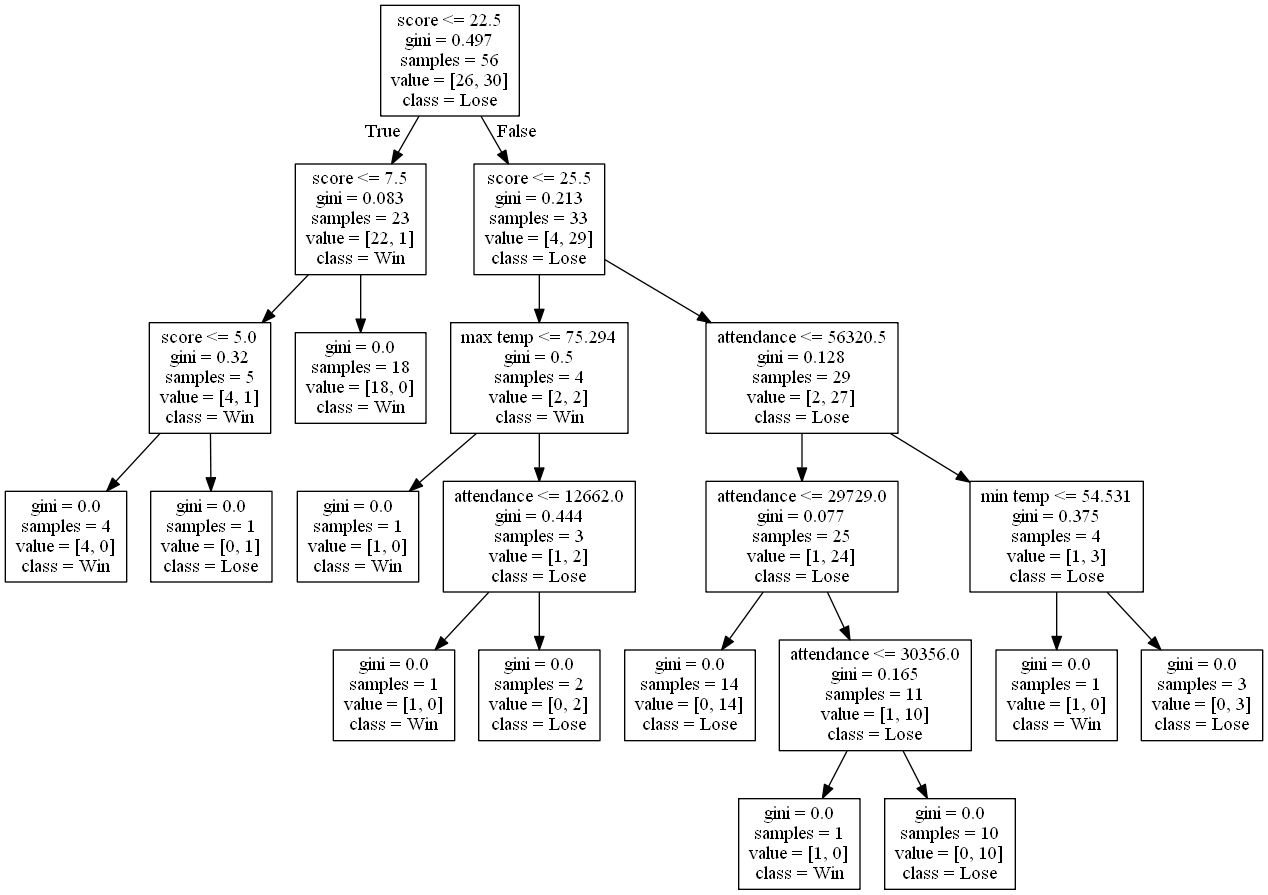
This is DecisionTrees/decision_tree_with_score10.png from alexana-steck/CSE482Project, a Graphviz export, as it was before one commit. Its source is kept beside it as DecisionTrees/decision_tree_with_score10.dot.
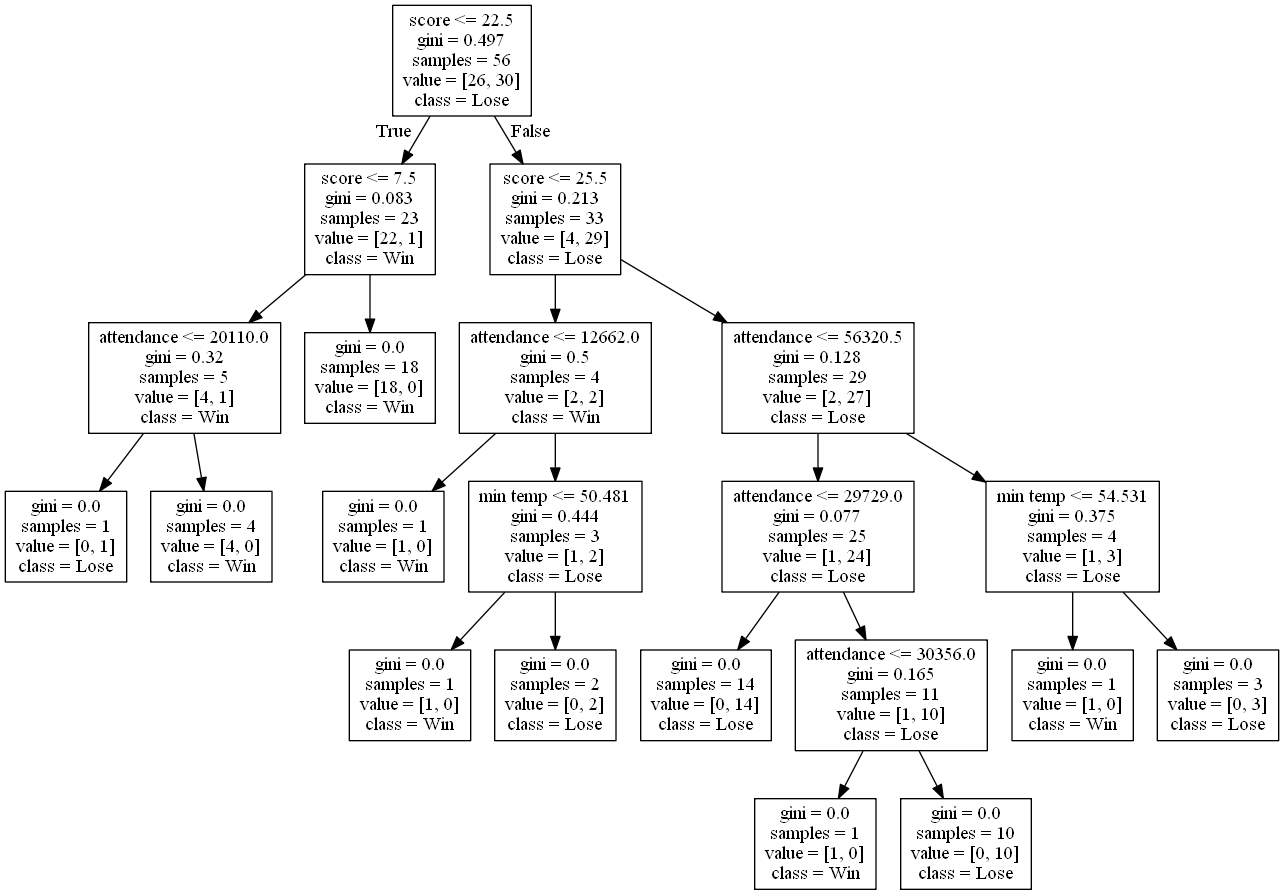
Above is the later version.

What changed in the source:
```diff
@@ -3,21 +3,21 @@
 0 [label="score <= 22.5\ngini = 0.497\nsamples = 56\nvalue = [26, 30]\nclass = Lose"] ;
 1 [label="score <= 7.5\ngini = 0.083\nsamples = 23\nvalue = [22, 1]\nclass = Win"] ;
 0 -> 1 [labeldistance=2.5, labelangle=45, headlabel="True"] ;
-2 [label="score <= 5.0\ngini = 0.32\nsamples = 5\nvalue = [4, 1]\nclass = Win"] ;
+2 [label="attendance <= 20110.0\ngini = 0.32\nsamples = 5\nvalue = [4, 1]\nclass = Win"] ;
 1 -> 2 ;
-3 [label="gini = 0.0\nsamples = 4\nvalue = [4, 0]\nclass = Win"] ;
+3 [label="gini = 0.0\nsamples = 1\nvalue = [0, 1]\nclass = Lose"] ;
 2 -> 3 ;
-4 [label="gini = 0.0\nsamples = 1\nvalue = [0, 1]\nclass = Lose"] ;
+4 [label="gini = 0.0\nsamples = 4\nvalue = [4, 0]\nclass = Win"] ;
 2 -> 4 ;
 5 [label="gini = 0.0\nsamples = 18\nvalue = [18, 0]\nclass = Win"] ;
 1 -> 5 ;
 6 [label="score <= 25.5\ngini = 0.213\nsamples = 33\nvalue = [4, 29]\nclass = Lose"] ;
 0 -> 6 [labeldistance=2.5, labelangle=-45, headlabel="False"] ;
-7 [label="max temp <= 75.294\ngini = 0.5\nsamples = 4\nvalue = [2, 2]\nclass = Win"] ;
+7 [label="attendance <= 12662.0\ngini = 0.5\nsamples = 4\nvalue = [2, 2]\nclass = Win"] ;
 6 -> 7 ;
 8 [label="gini = 0.0\nsamples = 1\nvalue = [1, 0]\nclass = Win"] ;
 7 -> 8 ;
-9 [label="attendance <= 12662.0\ngini = 0.444\nsamples = 3\nvalue = [1, 2]\nclass = Lose"] ;
+9 [label="min temp <= 50.481\ngini = 0.444\nsamples = 3\nvalue = [1, 2]\nclass = Lose"] ;
 7 -> 9 ;
 10 [label="gini = 0.0\nsamples = 1\nvalue = [1, 0]\nclass = Win"] ;
 9 -> 10 ;
```
